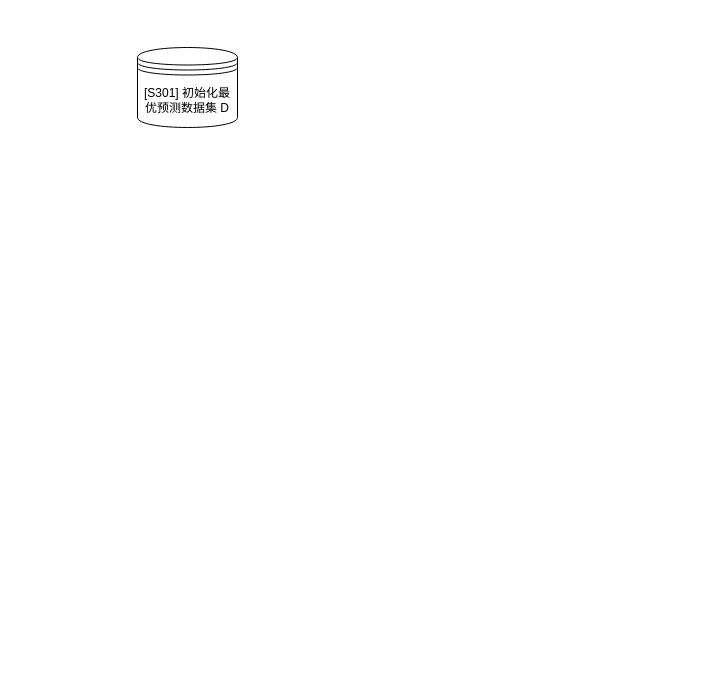
Earlier version of the draw.io diagram 03.drawio (Jerrywjr/ISE_microfossil). Source tidied: cells renumbered, new cells numbered last; positions are measured from the earlier drawing's top-left corner, leaving out a move shared by most shapes. Both pictures are drawn from the tidied source at 100%, with x=0, y=0 at pixel (137, 47).
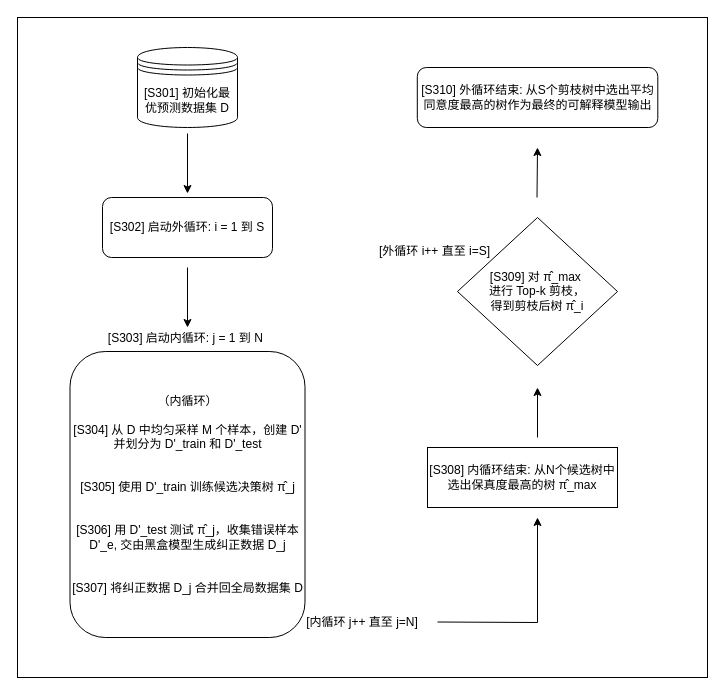
The same page after the edit.

The edit, as a diff of the source:
```diff
@@
+    <mxCell id="3" style="endArrow=classic;html=1;rounded=0;" parent="1" edge="1">
+      <mxGeometry relative="1" as="geometry">
+        <mxPoint x="50" y="86" as="sourcePoint" />
+        <mxPoint x="50" y="146" as="targetPoint" />
+      </mxGeometry>
+    </mxCell>
+    <mxCell id="4" value="[S302] 启动外循环: i = 1 到 S" style="rounded=1;whiteSpace=wrap;html=1;" parent="1" vertex="1">
+      <mxGeometry x="-35" y="150" width="170" height="60" as="geometry" />
+    </mxCell>
+    <mxCell id="5" style="endArrow=classic;html=1;rounded=0;" parent="1" edge="1">
+      <mxGeometry relative="1" as="geometry">
+        <mxPoint x="50" y="220" as="sourcePoint" />
+        <mxPoint x="50" y="280" as="targetPoint" />
+      </mxGeometry>
+    </mxCell>
+    <mxCell id="6" value="&lt;div&gt;&lt;span style=&quot;background-color: transparent; color: light-dark(rgb(0, 0, 0), rgb(255, 255, 255));&quot;&gt;（内循环）&lt;/span&gt;&lt;/div&gt;&lt;div&gt;&lt;span style=&quot;background-color: transparent; color: light-dark(rgb(0, 0, 0), rgb(255, 255, 255));&quot;&gt;&lt;br&gt;&lt;/span&gt;&lt;/div&gt;&lt;div&gt;&lt;span style=&quot;background-color: transparent; color: light-dark(rgb(0, 0, 0), rgb(255, 255, 255));&quot;&gt;[S304] 从 D 中均匀采样 M 个样本，创建 D' 并划分为 D'_train 和 D'_test&lt;/span&gt;&lt;/div&gt;&lt;div&gt;&lt;br&gt;&lt;/div&gt;&lt;div&gt;&lt;br&gt;&lt;/div&gt;&lt;div&gt;[S305] 使用 D'_train 训练候选决策树 π̂_j&lt;/div&gt;&lt;div&gt;&lt;br&gt;&lt;/div&gt;&lt;div&gt;&lt;br&gt;&lt;/div&gt;&lt;div&gt;[S306] 用 D'_test 测试 π̂_j，收集错误样本 D'_e, 交由黑盒模型生成纠正数据 D_j&lt;/div&gt;&lt;div&gt;&lt;br&gt;&lt;/div&gt;&lt;div&gt;&lt;br&gt;&lt;/div&gt;&lt;div&gt;[S307] 将纠正数据 D_j 合并回全局数据集 D&lt;/div&gt;" style="rounded=1;whiteSpace=wrap;html=1;" parent="1" vertex="1">
+      <mxGeometry x="-67.5" y="304" width="235" height="286" as="geometry" />
+    </mxCell>
+    <mxCell id="7" value="&lt;div&gt;[S303] 启动内循环: j = 1 到 N&amp;nbsp;&lt;/div&gt;&lt;div&gt;&lt;br&gt;&lt;/div&gt;" style="text;html=1;whiteSpace=wrap;strokeColor=none;fillColor=none;align=center;verticalAlign=middle;rounded=0;" parent="1" vertex="1">
+      <mxGeometry x="-40" y="283" width="180" height="30" as="geometry" />
+    </mxCell>
+    <mxCell id="8" value="[内循环 j++ 直至 j=N]" style="text;html=1;whiteSpace=wrap;strokeColor=none;fillColor=none;align=center;verticalAlign=middle;rounded=0;" parent="1" vertex="1">
+      <mxGeometry x="135" y="560" width="180" height="30" as="geometry" />
+    </mxCell>
+    <mxCell id="9" style="endArrow=classic;html=1;rounded=0;" parent="1" edge="1">
+      <mxGeometry relative="1" as="geometry">
+        <mxPoint x="300" y="574.5" as="sourcePoint" />
+        <mxPoint x="400" y="470" as="targetPoint" />
+        <Array as="points">
+          <mxPoint x="400" y="575" />
+        </Array>
+      </mxGeometry>
+    </mxCell>
+    <mxCell id="10" value="[S308] 内循环结束: 从N个候选树中选出保真度最高的树 π̂_max" style="rounded=0;whiteSpace=wrap;html=1;" parent="1" vertex="1">
+      <mxGeometry x="290" y="400" width="190" height="60" as="geometry" />
+    </mxCell>
+    <mxCell id="11" value="[S309] 对 π̂_max&amp;nbsp;&lt;div&gt;进行 Top-k 剪枝，&lt;/div&gt;&lt;div&gt;得到剪枝后树 π̂_i&lt;/div&gt;" style="rhombus;whiteSpace=wrap;html=1;" parent="1" vertex="1">
+      <mxGeometry x="320" y="170" width="160" height="148" as="geometry" />
+    </mxCell>
+    <mxCell id="12" style="endArrow=classic;html=1;rounded=0;" parent="1" edge="1">
+      <mxGeometry relative="1" as="geometry">
+        <mxPoint x="400" y="390" as="sourcePoint" />
+        <mxPoint x="400" y="340" as="targetPoint" />
+      </mxGeometry>
+    </mxCell>
+    <mxCell id="13" value="[外循环 i++ 直至 i=S]" style="text;whiteSpace=wrap;" parent="1" vertex="1">
+      <mxGeometry x="240" y="190" width="140" height="40" as="geometry" />
+    </mxCell>
+    <mxCell id="14" style="endArrow=classic;html=1;rounded=0;" parent="1" edge="1">
+      <mxGeometry relative="1" as="geometry">
+        <mxPoint x="399.5" y="150" as="sourcePoint" />
+        <mxPoint x="400" y="100" as="targetPoint" />
+      </mxGeometry>
+    </mxCell>
+    <mxCell id="15" value="[S310] 外循环结束: 从S个剪枝树中选出平均同意度最高的树作为最终的可解释模型输出" style="rounded=1;whiteSpace=wrap;html=1;" parent="1" vertex="1">
+      <mxGeometry x="279.8" y="20" width="240.5" height="60" as="geometry" />
+    </mxCell>
+    <mxCell id="16" style="rounded=0;whiteSpace=wrap;html=1;fillColor=none;" parent="1" vertex="1">
+      <mxGeometry x="-120" y="-30" width="690" height="660" as="geometry" />
+    </mxCell>
```
